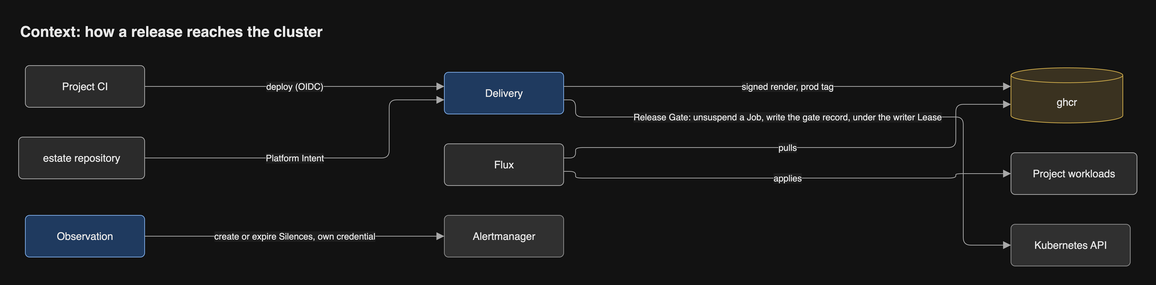
Before: docs/diagrams/png/context.png, a diagram exported from draw.io (JorisJonkers-dev/estate-kit). Source tidied: cells renumbered, new cells last; positions are measured from the earlier drawing's top-left corner, leaving out a move shared by most shapes.
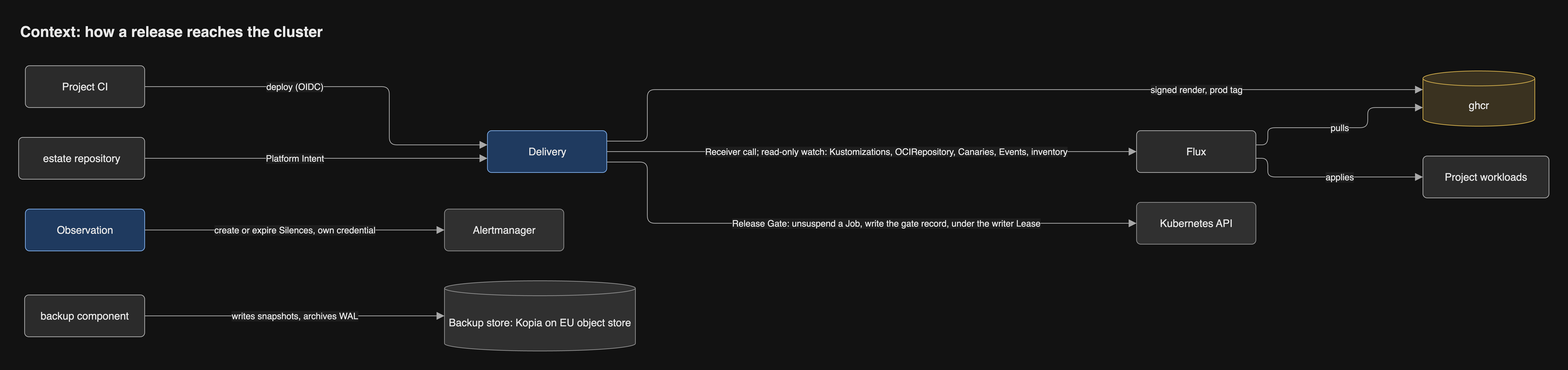
After the change.

The edit, as a diff of the source:
```diff
@@ -9,91 +9,112 @@
       <mxGeometry y="160" width="169" height="56" as="geometry" />
     </mxCell>
     <mxCell id="4" value="Delivery" style="rounded=1;arcSize=10;html=1;whiteSpace=wrap;fontSize=14;fontColor=light-dark(#1a1a1a,#e8e8e8);fillColor=light-dark(#dae8fc,#1f3a5f);strokeColor=light-dark(#6c8ebf,#7aa7e0);fontFamily=Helvetica;" parent="1" vertex="1">
-      <mxGeometry x="571" y="73" width="160" height="56" as="geometry" />
+      <mxGeometry x="628.6" y="151" width="160" height="56" as="geometry" />
     </mxCell>
     <mxCell id="5" value="ghcr" style="shape=cylinder3;size=10;boundedLbl=1;backgroundOutline=1;html=1;whiteSpace=wrap;fontSize=14;fontColor=light-dark(#1a1a1a,#e8e8e8);fillColor=light-dark(#fff2cc,#3a3220);strokeColor=light-dark(#d6b656,#c9a74a);fontFamily=Helvetica;" parent="1" vertex="1">
-      <mxGeometry x="1331" y="67" width="150" height="74" as="geometry" />
+      <mxGeometry x="1883" y="71" width="150" height="74" as="geometry" />
     </mxCell>
     <mxCell id="6" value="Flux" style="rounded=1;arcSize=10;html=1;whiteSpace=wrap;fontSize=14;fontColor=light-dark(#1a1a1a,#e8e8e8);fillColor=light-dark(#f5f5f5,#2b2b2b);strokeColor=light-dark(#666666,#a8a8a8);fontFamily=Helvetica;" parent="1" vertex="1">
-      <mxGeometry x="571" y="169" width="160" height="56" as="geometry" />
+      <mxGeometry x="1499" y="151" width="160" height="56" as="geometry" />
     </mxCell>
     <mxCell id="7" value="Project workloads" style="rounded=1;arcSize=10;html=1;whiteSpace=wrap;fontSize=14;fontColor=light-dark(#1a1a1a,#e8e8e8);fillColor=light-dark(#f5f5f5,#2b2b2b);strokeColor=light-dark(#666666,#a8a8a8);fontFamily=Helvetica;" parent="1" vertex="1">
-      <mxGeometry x="1331" y="181" width="169" height="56" as="geometry" />
+      <mxGeometry x="1883" y="185" width="169" height="56" as="geometry" />
     </mxCell>
     <mxCell id="8" value="Kubernetes API" style="rounded=1;arcSize=10;html=1;whiteSpace=wrap;fontSize=14;fontColor=light-dark(#1a1a1a,#e8e8e8);fillColor=light-dark(#eeeeee,#303030);strokeColor=light-dark(#999999,#8a8a8a);fontFamily=Helvetica;" parent="1" vertex="1">
-      <mxGeometry x="1331" y="277" width="160" height="56" as="geometry" />
+      <mxGeometry x="1499" y="247" width="160" height="56" as="geometry" />
     </mxCell>
     <mxCell id="9" value="Observation" style="rounded=1;arcSize=10;html=1;whiteSpace=wrap;fontSize=14;fontColor=light-dark(#1a1a1a,#e8e8e8);fillColor=light-dark(#dae8fc,#1f3a5f);strokeColor=light-dark(#6c8ebf,#7aa7e0);fontFamily=Helvetica;" parent="1" vertex="1">
-      <mxGeometry x="9" y="265" width="160" height="56" as="geometry" />
+      <mxGeometry x="9" y="256" width="160" height="56" as="geometry" />
     </mxCell>
     <mxCell id="10" value="Alertmanager" style="rounded=1;arcSize=10;html=1;whiteSpace=wrap;fontSize=14;fontColor=light-dark(#1a1a1a,#e8e8e8);fillColor=light-dark(#eeeeee,#303030);strokeColor=light-dark(#999999,#8a8a8a);fontFamily=Helvetica;" parent="1" vertex="1">
-      <mxGeometry x="571" y="265" width="160" height="56" as="geometry" />
+      <mxGeometry x="571" y="256" width="160" height="56" as="geometry" />
     </mxCell>
+    <mxCell id="19" value="Backup store: Kopia on EU object store" style="shape=cylinder3;size=10;boundedLbl=1;backgroundOutline=1;html=1;whiteSpace=wrap;fontSize=14;fontColor=light-dark(#1a1a1a,#e8e8e8);fillColor=light-dark(#eeeeee,#303030);strokeColor=light-dark(#999999,#8a8a8a);fontFamily=Helvetica;" parent="1" vertex="1">
+      <mxGeometry x="571" y="352" width="256" height="94" as="geometry" />
+    </mxCell>
     <mxCell id="11" value="deploy (OIDC)" style="html=1;rounded=1;fontSize=14;fontSize=12;fontColor=light-dark(#1a1a1a,#e8e8e8);strokeColor=light-dark(#666666,#a8a8a8);endArrow=block;endFill=1;endSize=8;curved=0;exitX=1;exitY=0.5;entryX=0;entryY=0.3393;edgeStyle=orthogonalEdgeStyle;fontFamily=Helvetica;labelBackgroundColor=light-dark(#ffffff,#1e1e1e);" parent="1" edge="1" source="2" target="4">
       <mxGeometry relative="1" as="geometry">
         <Array as="points">
-          <mxPoint x="370" y="92" />
+          <mxPoint x="497" y="92" />
+          <mxPoint x="497" y="170" />
         </Array>
+        <mxPoint x="-67.8" as="offset" />
       </mxGeometry>
     </mxCell>
     <mxCell id="12" value="Platform Intent" style="html=1;rounded=1;fontSize=14;fontSize=12;fontColor=light-dark(#1a1a1a,#e8e8e8);strokeColor=light-dark(#666666,#a8a8a8);endArrow=block;endFill=1;endSize=8;curved=0;exitX=1;exitY=0.5;entryX=0;entryY=0.6607;edgeStyle=orthogonalEdgeStyle;fontFamily=Helvetica;labelBackgroundColor=light-dark(#ffffff,#1e1e1e);" parent="1" edge="1" source="3" target="4">
       <mxGeometry relative="1" as="geometry">
         <Array as="points">
-          <mxPoint x="497" y="188" />
-          <mxPoint x="497" y="110" />
+          <mxPoint x="398.8" y="188" />
         </Array>
-        <mxPoint x="-39" as="offset" />
+        <mxPoint x="-28.8" as="offset" />
       </mxGeometry>
     </mxCell>
-    <mxCell id="13" value="signed render, prod tag" style="html=1;rounded=1;fontSize=14;fontSize=12;fontColor=light-dark(#1a1a1a,#e8e8e8);strokeColor=light-dark(#666666,#a8a8a8);endArrow=block;endFill=1;endSize=8;curved=0;exitX=1;exitY=0.3393;entryX=0;entryY=0.3378;edgeStyle=orthogonalEdgeStyle;fontFamily=Helvetica;labelBackgroundColor=light-dark(#ffffff,#1e1e1e);" parent="1" edge="1" source="4" target="5">
+    <mxCell id="13" value="signed render, prod tag" style="html=1;rounded=1;fontSize=14;fontSize=12;fontColor=light-dark(#1a1a1a,#e8e8e8);strokeColor=light-dark(#666666,#a8a8a8);endArrow=block;endFill=1;endSize=8;curved=0;exitX=1;exitY=0.25;entryX=0;entryY=0.3378;edgeStyle=orthogonalEdgeStyle;fontFamily=Helvetica;labelBackgroundColor=light-dark(#ffffff,#1e1e1e);" parent="1" edge="1" source="4" target="5">
       <mxGeometry relative="1" as="geometry">
         <Array as="points">
-          <mxPoint x="1031" y="92" />
+          <mxPoint x="843" y="165" />
+          <mxPoint x="843" y="96" />
+          <mxPoint x="1771" y="96" />
         </Array>
+        <mxPoint x="277.7" as="offset" />
       </mxGeometry>
     </mxCell>
     <mxCell id="14" value="pulls" style="html=1;rounded=1;fontSize=14;fontSize=12;fontColor=light-dark(#1a1a1a,#e8e8e8);strokeColor=light-dark(#666666,#a8a8a8);endArrow=block;endFill=1;endSize=8;curved=0;exitX=1;exitY=0.3393;entryX=0;entryY=0.6622;edgeStyle=orthogonalEdgeStyle;fontFamily=Helvetica;labelBackgroundColor=light-dark(#ffffff,#1e1e1e);" parent="1" edge="1" source="6" target="5">
       <mxGeometry relative="1" as="geometry">
         <Array as="points">
-          <mxPoint x="747" y="188" />
-          <mxPoint x="747" y="174" />
-          <mxPoint x="1257" y="174" />
-          <mxPoint x="1257" y="116" />
+          <mxPoint x="1675" y="170" />
+          <mxPoint x="1675" y="147" />
+          <mxPoint x="1809" y="147" />
+          <mxPoint x="1809" y="120" />
         </Array>
-        <mxPoint x="-22" as="offset" />
+        <mxPoint x="-2" as="offset" />
       </mxGeometry>
     </mxCell>
     <mxCell id="15" value="applies" style="html=1;rounded=1;fontSize=14;fontSize=12;fontColor=light-dark(#1a1a1a,#e8e8e8);strokeColor=light-dark(#666666,#a8a8a8);endArrow=block;endFill=1;endSize=8;curved=0;exitX=1;exitY=0.6607;entryX=0;entryY=0.5;edgeStyle=orthogonalEdgeStyle;fontFamily=Helvetica;labelBackgroundColor=light-dark(#ffffff,#1e1e1e);" parent="1" edge="1" source="6" target="7">
       <mxGeometry relative="1" as="geometry">
         <Array as="points">
-          <mxPoint x="747" y="206" />
-          <mxPoint x="747" y="215" />
-          <mxPoint x="1257" y="215" />
-          <mxPoint x="1257" y="209" />
+          <mxPoint x="1675" y="188" />
+          <mxPoint x="1675" y="213" />
         </Array>
-        <mxPoint x="1.5" as="offset" />
+        <mxPoint x="12.5" as="offset" />
       </mxGeometry>
     </mxCell>
-    <mxCell id="16" value="Release Gate: unsuspend a Job, write the gate record, under the writer Lease" style="html=1;rounded=1;fontSize=14;fontSize=12;fontColor=light-dark(#1a1a1a,#e8e8e8);strokeColor=light-dark(#666666,#a8a8a8);endArrow=block;endFill=1;endSize=8;curved=0;exitX=1;exitY=0.6607;entryX=0;entryY=0.5;edgeStyle=orthogonalEdgeStyle;fontFamily=Helvetica;labelBackgroundColor=light-dark(#ffffff,#1e1e1e);" parent="1" edge="1" source="4" target="8">
+    <mxCell id="16" value="Release Gate: unsuspend a Job, write the gate record, under the writer Lease" style="html=1;rounded=1;fontSize=14;fontSize=12;fontColor=light-dark(#1a1a1a,#e8e8e8);strokeColor=light-dark(#666666,#a8a8a8);endArrow=block;endFill=1;endSize=8;curved=0;exitX=1;exitY=0.75;entryX=0;entryY=0.5;edgeStyle=orthogonalEdgeStyle;fontFamily=Helvetica;labelBackgroundColor=light-dark(#ffffff,#1e1e1e);" parent="1" edge="1" source="4" target="8">
       <mxGeometry relative="1" as="geometry">
         <Array as="points">
-          <mxPoint x="747" y="110" />
-          <mxPoint x="747" y="133" />
-          <mxPoint x="1267" y="133" />
-          <mxPoint x="1267" y="305" />
+          <mxPoint x="843" y="193" />
+          <mxPoint x="843" y="275" />
         </Array>
-        <mxPoint x="-74.5" as="offset" />
+        <mxPoint x="60.2" as="offset" />
       </mxGeometry>
     </mxCell>
     <mxCell id="17" value="create or expire Silences, own credential" style="html=1;rounded=1;fontSize=14;fontSize=12;fontColor=light-dark(#1a1a1a,#e8e8e8);strokeColor=light-dark(#666666,#a8a8a8);endArrow=block;endFill=1;endSize=8;curved=0;exitX=1;exitY=0.5;entryX=0;entryY=0.5;edgeStyle=orthogonalEdgeStyle;fontFamily=Helvetica;labelBackgroundColor=light-dark(#ffffff,#1e1e1e);" parent="1" edge="1" source="9" target="10">
       <mxGeometry relative="1" as="geometry">
         <Array as="points">
-          <mxPoint x="370" y="293" />
+          <mxPoint x="370" y="284" />
         </Array>
       </mxGeometry>
     </mxCell>
+    <mxCell id="20" value="Receiver call; read-only watch: Kustomizations, OCIRepository, Canaries, Events, inventory" style="html=1;rounded=1;fontSize=14;fontSize=12;fontColor=light-dark(#1a1a1a,#e8e8e8);strokeColor=light-dark(#666666,#a8a8a8);endArrow=block;endFill=1;endSize=8;curved=0;exitX=1;exitY=0.5;entryX=0;entryY=0.5;edgeStyle=orthogonalEdgeStyle;fontFamily=Helvetica;labelBackgroundColor=light-dark(#ffffff,#1e1e1e);" parent="1" edge="1" source="4" target="6">
+      <mxGeometry relative="1" as="geometry">
+        <Array as="points">
+          <mxPoint x="1143.8" y="179" />
+        </Array>
+        <mxPoint x="19.2" as="offset" />
+      </mxGeometry>
+    </mxCell>
+    <mxCell id="21" value="backup component" style="rounded=1;arcSize=10;html=1;whiteSpace=wrap;fontSize=14;fontColor=light-dark(#1a1a1a,#e8e8e8);fillColor=light-dark(#f5f5f5,#2b2b2b);strokeColor=light-dark(#666666,#a8a8a8);fontFamily=Helvetica;" parent="1" vertex="1">
+      <mxGeometry x="8" y="371" width="161" height="56" as="geometry" />
+    </mxCell>
+    <mxCell id="22" value="writes snapshots, archives WAL" style="html=1;rounded=1;fontSize=14;fontSize=12;fontColor=light-dark(#1a1a1a,#e8e8e8);strokeColor=light-dark(#666666,#a8a8a8);endArrow=block;endFill=1;endSize=8;curved=0;exitX=1;exitY=0.5;entryX=0;entryY=0.5;edgeStyle=orthogonalEdgeStyle;fontFamily=Helvetica;labelBackgroundColor=light-dark(#ffffff,#1e1e1e);" parent="1" edge="1" source="21" target="19">
+      <mxGeometry relative="1" as="geometry">
+        <Array as="points">
+          <mxPoint x="370" y="399" />
+        </Array>
+      </mxGeometry>
+    </mxCell>
     <mxCell id="18" value="Context: how a release reaches the cluster" style="text;html=1;whiteSpace=wrap;align=left;verticalAlign=middle;fontSize=20;fontStyle=1;fontColor=light-dark(#1a1a1a,#e8e8e8);fontFamily=Helvetica;" parent="1" vertex="1">
-      <mxGeometry width="1500" height="36" as="geometry" />
+      <mxGeometry width="2052" height="36" as="geometry" />
     </mxCell>
   </root>
 </mxGraphModel>
```
